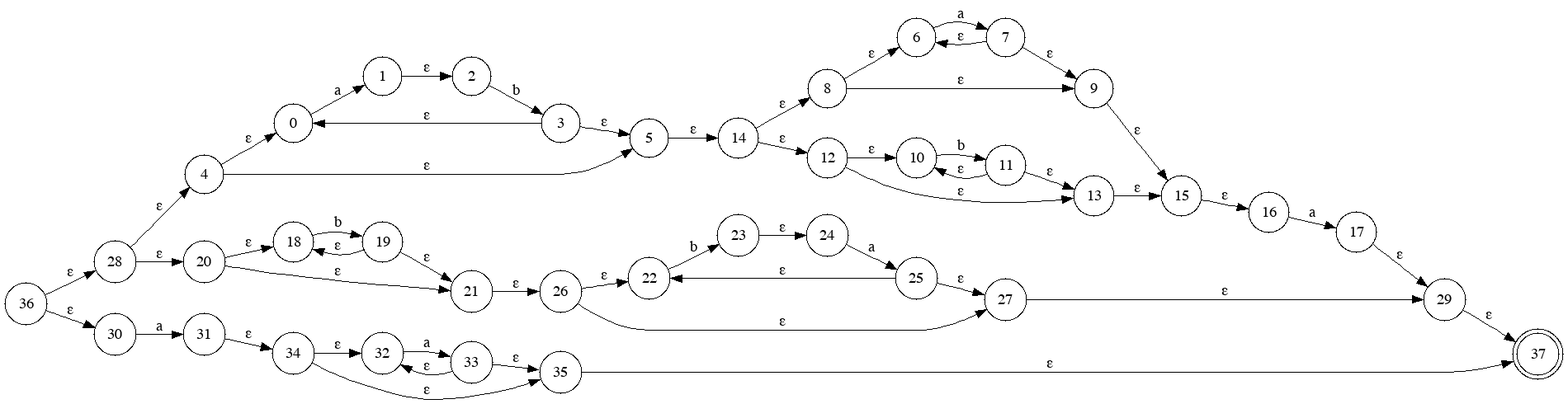
Above: src/views/NFADFA/nfa.gv.png in Galileo01/Compilation_principle_compiler (Graphviz), before the change. Its source is kept beside it as src/views/NFADFA/nfa.gv.
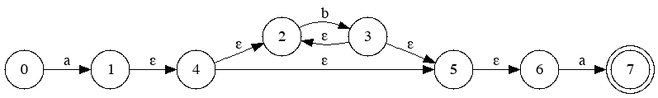
After the change.

Diff of the diagram source:
```diff
@@ -1,152 +1,23 @@
 digraph "/Users/bytedance/My/编译原理/compiler/src/views/NFADFA/nfa" {
 	rankdir=LR
 	node [shape=circle]
-	28
-	36 -> 28 [label="ε"]
-	node [shape=circle]
-	30
-	36 -> 30 [label="ε"]
-	node [shape=circle]
-	31
-	30 -> 31 [label=a]
-	node [shape=circle]
-	34
-	31 -> 34 [label="ε"]
-	node [shape=circle]
-	32
-	34 -> 32 [label="ε"]
-	node [shape=circle]
-	35
-	34 -> 35 [label="ε"]
-	node [shape=doublecircle]
-	37
-	35 -> 37 [label="ε"]
-	node [shape=circle]
-	33
-	32 -> 33 [label=a]
-	node [shape=circle]
-	35
-	33 -> 35 [label="ε"]
-	node [shape=circle]
-	32
-	33 -> 32 [label="ε"]
+	1
+	0 -> 1 [label=a]
 	node [shape=circle]
 	4
-	28 -> 4 [label="ε"]
+	1 -> 4 [label="ε"]
 	node [shape=circle]
-	20
-	28 -> 20 [label="ε"]
-	node [shape=circle]
-	18
-	20 -> 18 [label="ε"]
-	node [shape=circle]
-	21
-	20 -> 21 [label="ε"]
-	node [shape=circle]
-	26
-	21 -> 26 [label="ε"]
-	node [shape=circle]
-	22
-	26 -> 22 [label="ε"]
-	node [shape=circle]
-	27
-	26 -> 27 [label="ε"]
-	node [shape=circle]
-	29
-	27 -> 29 [label="ε"]
-	node [shape=doublecircle]
-	37
-	29 -> 37 [label="ε"]
-	node [shape=circle]
-	23
-	22 -> 23 [label=b]
-	node [shape=circle]
-	24
-	23 -> 24 [label="ε"]
-	node [shape=circle]
-	25
-	24 -> 25 [label=a]
-	node [shape=circle]
-	27
-	25 -> 27 [label="ε"]
-	node [shape=circle]
-	22
-	25 -> 22 [label="ε"]
-	node [shape=circle]
-	19
-	18 -> 19 [label=b]
-	node [shape=circle]
-	21
-	19 -> 21 [label="ε"]
-	node [shape=circle]
-	18
-	19 -> 18 [label="ε"]
-	node [shape=circle]
-	0
-	4 -> 0 [label="ε"]
+	2
+	4 -> 2 [label="ε"]
 	node [shape=circle]
 	5
 	4 -> 5 [label="ε"]
 	node [shape=circle]
-	14
-	5 -> 14 [label="ε"]
-	node [shape=circle]
-	8
-	14 -> 8 [label="ε"]
-	node [shape=circle]
-	12
-	14 -> 12 [label="ε"]
-	node [shape=circle]
-	10
-	12 -> 10 [label="ε"]
-	node [shape=circle]
-	13
-	12 -> 13 [label="ε"]
-	node [shape=circle]
-	15
-	13 -> 15 [label="ε"]
-	node [shape=circle]
-	16
-	15 -> 16 [label="ε"]
-	node [shape=circle]
-	17
-	16 -> 17 [label=a]
-	node [shape=circle]
-	29
-	17 -> 29 [label="ε"]
-	node [shape=circle]
-	11
-	10 -> 11 [label=b]
-	node [shape=circle]
-	13
-	11 -> 13 [label="ε"]
-	node [shape=circle]
-	10
-	11 -> 10 [label="ε"]
-	node [shape=circle]
 	6
-	8 -> 6 [label="ε"]
-	node [shape=circle]
-	9
-	8 -> 9 [label="ε"]
-	node [shape=circle]
-	15
-	9 -> 15 [label="ε"]
-	node [shape=circle]
+	5 -> 6 [label="ε"]
+	node [shape=doublecircle]
 	7
 	6 -> 7 [label=a]
-	node [shape=circle]
-	9
-	7 -> 9 [label="ε"]
-	node [shape=circle]
-	6
-	7 -> 6 [label="ε"]
-	node [shape=circle]
-	1
-	0 -> 1 [label=a]
-	node [shape=circle]
-	2
-	1 -> 2 [label="ε"]
 	node [shape=circle]
 	3
 	2 -> 3 [label=b]
@@ -154,6 +25,6 @@
 	5
 	3 -> 5 [label="ε"]
 	node [shape=circle]
-	0
-	3 -> 0 [label="ε"]
+	2
+	3 -> 2 [label="ε"]
 }
```
